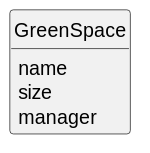
Earlier version of the PlantUML export docs/sprintC/us027/02.analysis/svg/us027-domain-model.svg (ricardomm7/leaflink). The source it was exported from:
```plantuml
@startuml
skinparam monochrome true
skinparam packageStyle rectangle
skinparam shadowing false


skinparam classAttributeIconSize 0

hide circle
hide methods


class GreenSpace {
name
size
manager
}
@enduml
```
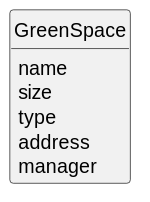
The same diagram one commit later.

The edit, as a diff of the source:
```diff
@@ -13,6 +13,8 @@
 class GreenSpace {
 name
 size
+type
+address
 manager
 }
 @enduml
```
